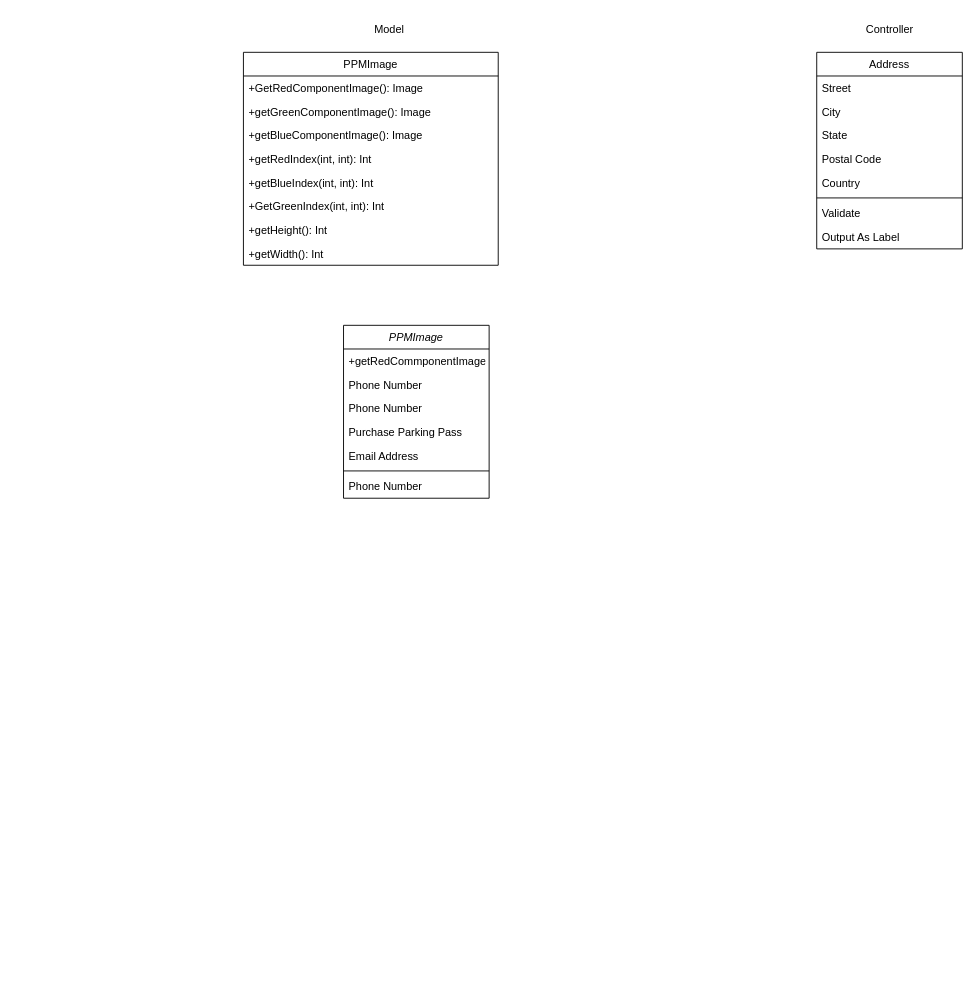
Before: src/Untitled Diagram.drawio in Brian-T-Horner/CS5010-Assignment4, a draw.io diagram. Source tidied: cells renumbered, new cells numbered last; positions are measured from the earlier drawing's top-left corner, leaving out a move shared by most shapes. Both pictures are drawn from the tidied source at 91%, with x=0, y=0 at pixel (243, 15).
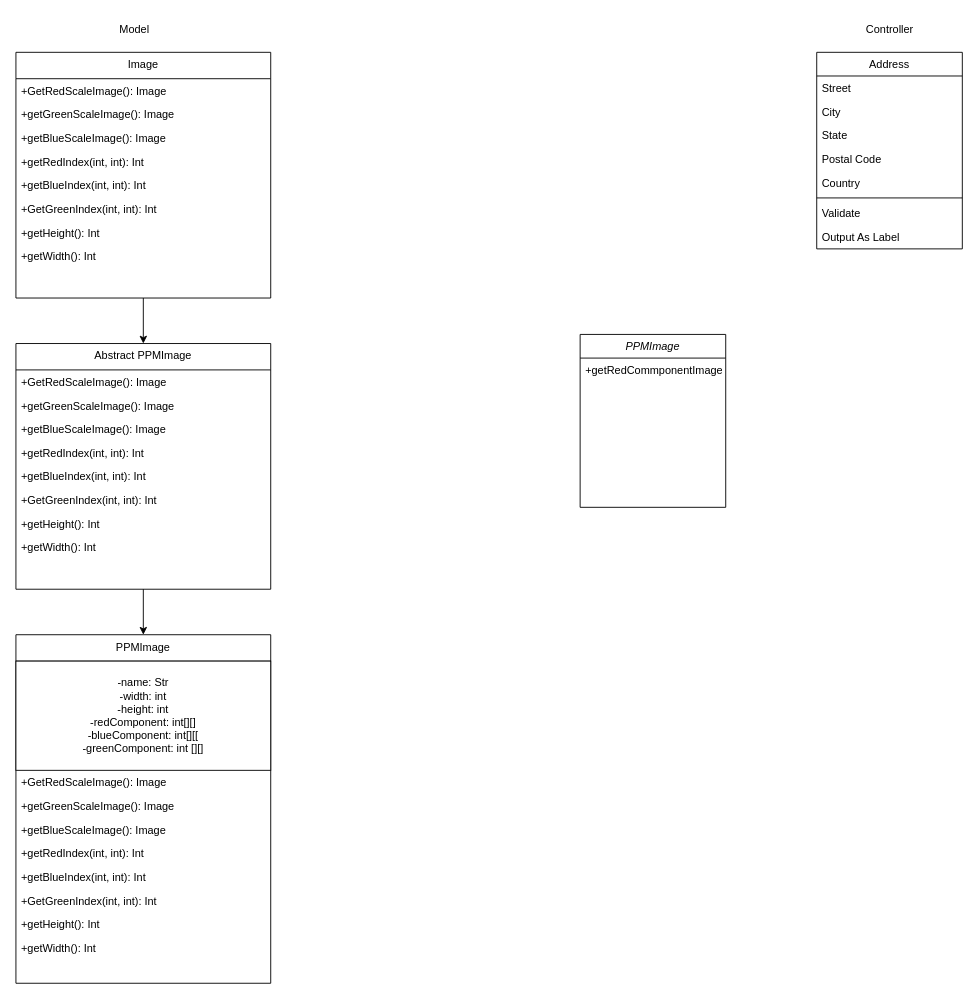
The same diagram, later.

Commit message:
Finished initial Image, AbstractPPMImage and PPMImage Model View

The edit, as a diff of the source:
```diff
@@
     <mxCell id="2" value="PPMImage" style="swimlane;fontStyle=2;align=center;verticalAlign=top;horizontal=1;startSize=26;rounded=0;shadow=0;strokeWidth=1;" parent="1" vertex="1">
-      <mxGeometry x="110" y="340" width="160" height="190" as="geometry" />
+      <mxGeometry x="370" y="350" width="160" height="190" as="geometry" />
     </mxCell>
@@
-    <mxCell id="4" value="Phone Number" style="text;align=left;verticalAlign=top;spacingLeft=4;spacingRight=4;overflow=hidden;rounded=0;shadow=0;html=0;" parent="2" vertex="1">
-      <mxGeometry y="52" width="160" height="26" as="geometry" />
-    </mxCell>
-    <mxCell id="5" value="Phone Number" style="text;align=left;verticalAlign=top;spacingLeft=4;spacingRight=4;overflow=hidden;rounded=0;shadow=0;html=0;" parent="2" vertex="1">
-      <mxGeometry y="78" width="160" height="26" as="geometry" />
-    </mxCell>
-    <mxCell id="6" value="Purchase Parking Pass" style="text;align=left;verticalAlign=top;spacingLeft=4;spacingRight=4;overflow=hidden;" parent="2" vertex="1">
-      <mxGeometry y="104" width="160" height="26" as="geometry" />
-    </mxCell>
-    <mxCell id="7" value="Email Address" style="text;align=left;verticalAlign=top;spacingLeft=4;spacingRight=4;overflow=hidden;rounded=0;shadow=0;html=0;" parent="2" vertex="1">
-      <mxGeometry y="130" width="160" height="26" as="geometry" />
-    </mxCell>
-    <mxCell id="8" style="line;html=1;strokeWidth=1;align=left;verticalAlign=middle;spacingTop=-1;spacingLeft=3;spacingRight=3;labelPosition=right;" parent="2" vertex="1">
-      <mxGeometry y="156" width="160" height="8" as="geometry" />
-    </mxCell>
-    <mxCell id="9" value="Phone Number" style="text;align=left;verticalAlign=top;spacingLeft=4;spacingRight=4;overflow=hidden;rounded=0;shadow=0;html=0;" parent="2" vertex="1">
-      <mxGeometry y="164" width="160" height="26" as="geometry" />
-    </mxCell>
@@
     <mxCell id="19" value="Model" style="text;html=1;align=center;verticalAlign=middle;strokeColor=none;fillColor=none;" parent="1" vertex="1">
-      <mxGeometry x="130" width="60" height="30" as="geometry" />
+      <mxGeometry x="-150" width="60" height="30" as="geometry" />
     </mxCell>
@@
-    <mxCell id="21" value="PPMImage" style="swimlane;fontStyle=0;align=center;verticalAlign=top;horizontal=1;startSize=26;rounded=0;shadow=0;strokeWidth=1;" parent="1" vertex="1">
-      <mxGeometry y="40" width="280" height="234" as="geometry" />
+    <mxCell id="21" value="PPMImage" style="swimlane;fontStyle=0;align=center;verticalAlign=top;horizontal=1;startSize=29;rounded=0;shadow=0;strokeWidth=1;" parent="1" vertex="1">
+      <mxGeometry x="-250" y="680" width="280" height="383" as="geometry" />
     </mxCell>
+    <mxCell id="30" value="-name: Str&lt;br&gt;-width: int&lt;br&gt;-height: int&lt;br&gt;-redComponent: int[][]&lt;br&gt;-blueComponent: int[][[&lt;br&gt;-greenComponent: int [][]" style="whiteSpace=wrap;html=1;" parent="21" vertex="1">
+      <mxGeometry y="29" width="280" height="120" as="geometry" />
+    </mxCell>
-    <mxCell id="22" value="+GetRedComponentImage(): Image" style="text;align=left;verticalAlign=top;spacingLeft=4;spacingRight=4;overflow=hidden;" parent="21" vertex="1">
-      <mxGeometry y="26" width="280" height="26" as="geometry" />
+    <mxCell id="22" value="+GetRedScaleImage(): Image" style="text;align=left;verticalAlign=top;spacingLeft=4;spacingRight=4;overflow=hidden;" parent="21" vertex="1">
+      <mxGeometry y="149" width="280" height="26" as="geometry" />
     </mxCell>
-    <mxCell id="23" value="+getGreenComponentImage(): Image" style="text;align=left;verticalAlign=top;spacingLeft=4;spacingRight=4;overflow=hidden;rounded=0;shadow=0;html=0;" parent="21" vertex="1">
-      <mxGeometry y="52" width="280" height="26" as="geometry" />
+    <mxCell id="23" value="+getGreenScaleImage(): Image" style="text;align=left;verticalAlign=top;spacingLeft=4;spacingRight=4;overflow=hidden;rounded=0;shadow=0;html=0;" parent="21" vertex="1">
+      <mxGeometry y="175" width="280" height="26" as="geometry" />
     </mxCell>
-    <mxCell id="24" value="+getBlueComponentImage(): Image" style="text;align=left;verticalAlign=top;spacingLeft=4;spacingRight=4;overflow=hidden;rounded=0;shadow=0;html=0;" parent="21" vertex="1">
-      <mxGeometry y="78" width="280" height="26" as="geometry" />
+    <mxCell id="24" value="+getBlueScaleImage(): Image" style="text;align=left;verticalAlign=top;spacingLeft=4;spacingRight=4;overflow=hidden;rounded=0;shadow=0;html=0;" parent="21" vertex="1">
+      <mxGeometry y="201" width="280" height="26" as="geometry" />
     </mxCell>
     <mxCell id="25" value="+getRedIndex(int, int): Int" style="text;align=left;verticalAlign=top;spacingLeft=4;spacingRight=4;overflow=hidden;rounded=0;shadow=0;html=0;" parent="21" vertex="1">
-      <mxGeometry y="104" width="280" height="26" as="geometry" />
+      <mxGeometry y="227" width="280" height="26" as="geometry" />
     </mxCell>
     <mxCell id="26" value="+getBlueIndex(int, int): Int" style="text;align=left;verticalAlign=top;spacingLeft=4;spacingRight=4;overflow=hidden;rounded=0;shadow=0;html=0;" parent="21" vertex="1">
-      <mxGeometry y="130" width="280" height="26" as="geometry" />
+      <mxGeometry y="253" width="280" height="26" as="geometry" />
     </mxCell>
     <mxCell id="27" value="+GetGreenIndex(int, int): Int" style="text;align=left;verticalAlign=top;spacingLeft=4;spacingRight=4;overflow=hidden;rounded=0;shadow=0;html=0;" parent="21" vertex="1">
-      <mxGeometry y="156" width="280" height="26" as="geometry" />
+      <mxGeometry y="279" width="280" height="26" as="geometry" />
     </mxCell>
     <mxCell id="28" value="+getHeight(): Int" style="text;align=left;verticalAlign=top;spacingLeft=4;spacingRight=4;overflow=hidden;rounded=0;shadow=0;html=0;" parent="21" vertex="1">
-      <mxGeometry y="182" width="280" height="26" as="geometry" />
+      <mxGeometry y="305" width="280" height="26" as="geometry" />
     </mxCell>
     <mxCell id="29" value="+getWidth(): Int" style="text;align=left;verticalAlign=top;spacingLeft=4;spacingRight=4;overflow=hidden;rounded=0;shadow=0;html=0;" parent="21" vertex="1">
-      <mxGeometry y="208" width="280" height="26" as="geometry" />
+      <mxGeometry y="331" width="280" height="26" as="geometry" />
     </mxCell>
+    <mxCell id="31" style="edgeStyle=orthogonalEdgeStyle;rounded=0;jettySize=auto;html=1;entryX=0.5;entryY=0;entryDx=0;entryDy=0;" parent="1" edge="1" source="32" target="42">
+      <mxGeometry relative="1" as="geometry" />
+    </mxCell>
+    <mxCell id="32" value="Image" style="swimlane;fontStyle=0;align=center;verticalAlign=top;horizontal=1;startSize=29;rounded=0;shadow=0;strokeWidth=1;" parent="1" vertex="1">
+      <mxGeometry x="-250" y="40" width="280" height="270" as="geometry" />
+    </mxCell>
+    <mxCell id="33" value="+GetRedScaleImage(): Image" style="text;align=left;verticalAlign=top;spacingLeft=4;spacingRight=4;overflow=hidden;" parent="32" vertex="1">
+      <mxGeometry y="29" width="280" height="26" as="geometry" />
+    </mxCell>
+    <mxCell id="34" value="+getGreenScaleImage(): Image" style="text;align=left;verticalAlign=top;spacingLeft=4;spacingRight=4;overflow=hidden;rounded=0;shadow=0;html=0;" parent="32" vertex="1">
+      <mxGeometry y="55" width="280" height="26" as="geometry" />
+    </mxCell>
+    <mxCell id="35" value="+getBlueScaleImage(): Image" style="text;align=left;verticalAlign=top;spacingLeft=4;spacingRight=4;overflow=hidden;rounded=0;shadow=0;html=0;" parent="32" vertex="1">
+      <mxGeometry y="81" width="280" height="26" as="geometry" />
+    </mxCell>
+    <mxCell id="36" value="+getRedIndex(int, int): Int" style="text;align=left;verticalAlign=top;spacingLeft=4;spacingRight=4;overflow=hidden;rounded=0;shadow=0;html=0;" parent="32" vertex="1">
+      <mxGeometry y="107" width="280" height="26" as="geometry" />
+    </mxCell>
+    <mxCell id="37" value="+getBlueIndex(int, int): Int" style="text;align=left;verticalAlign=top;spacingLeft=4;spacingRight=4;overflow=hidden;rounded=0;shadow=0;html=0;" parent="32" vertex="1">
+      <mxGeometry y="133" width="280" height="26" as="geometry" />
+    </mxCell>
+    <mxCell id="38" value="+GetGreenIndex(int, int): Int" style="text;align=left;verticalAlign=top;spacingLeft=4;spacingRight=4;overflow=hidden;rounded=0;shadow=0;html=0;" parent="32" vertex="1">
+      <mxGeometry y="159" width="280" height="26" as="geometry" />
+    </mxCell>
+    <mxCell id="39" value="+getHeight(): Int" style="text;align=left;verticalAlign=top;spacingLeft=4;spacingRight=4;overflow=hidden;rounded=0;shadow=0;html=0;" parent="32" vertex="1">
+      <mxGeometry y="185" width="280" height="26" as="geometry" />
+    </mxCell>
+    <mxCell id="40" value="+getWidth(): Int" style="text;align=left;verticalAlign=top;spacingLeft=4;spacingRight=4;overflow=hidden;rounded=0;shadow=0;html=0;" parent="32" vertex="1">
+      <mxGeometry y="211" width="280" height="26" as="geometry" />
+    </mxCell>
+    <mxCell id="41" style="edgeStyle=orthogonalEdgeStyle;rounded=0;jettySize=auto;html=1;exitX=0.5;exitY=1;exitDx=0;exitDy=0;" parent="1" edge="1" source="42" target="21">
+      <mxGeometry relative="1" as="geometry" />
+    </mxCell>
+    <mxCell id="42" value="Abstract PPMImage" style="swimlane;fontStyle=0;align=center;verticalAlign=top;horizontal=1;startSize=29;rounded=0;shadow=0;strokeWidth=1;" parent="1" vertex="1">
+      <mxGeometry x="-250" y="360" width="280" height="270" as="geometry" />
+    </mxCell>
+    <mxCell id="43" value="+GetRedScaleImage(): Image" style="text;align=left;verticalAlign=top;spacingLeft=4;spacingRight=4;overflow=hidden;" parent="42" vertex="1">
+      <mxGeometry y="29" width="280" height="26" as="geometry" />
+    </mxCell>
+    <mxCell id="44" value="+getGreenScaleImage(): Image" style="text;align=left;verticalAlign=top;spacingLeft=4;spacingRight=4;overflow=hidden;rounded=0;shadow=0;html=0;" parent="42" vertex="1">
+      <mxGeometry y="55" width="280" height="26" as="geometry" />
+    </mxCell>
+    <mxCell id="45" value="+getBlueScaleImage(): Image" style="text;align=left;verticalAlign=top;spacingLeft=4;spacingRight=4;overflow=hidden;rounded=0;shadow=0;html=0;" parent="42" vertex="1">
+      <mxGeometry y="81" width="280" height="26" as="geometry" />
+    </mxCell>
+    <mxCell id="46" value="+getRedIndex(int, int): Int" style="text;align=left;verticalAlign=top;spacingLeft=4;spacingRight=4;overflow=hidden;rounded=0;shadow=0;html=0;" parent="42" vertex="1">
+      <mxGeometry y="107" width="280" height="26" as="geometry" />
+    </mxCell>
+    <mxCell id="47" value="+getBlueIndex(int, int): Int" style="text;align=left;verticalAlign=top;spacingLeft=4;spacingRight=4;overflow=hidden;rounded=0;shadow=0;html=0;" parent="42" vertex="1">
+      <mxGeometry y="133" width="280" height="26" as="geometry" />
+    </mxCell>
+    <mxCell id="48" value="+GetGreenIndex(int, int): Int" style="text;align=left;verticalAlign=top;spacingLeft=4;spacingRight=4;overflow=hidden;rounded=0;shadow=0;html=0;" parent="42" vertex="1">
+      <mxGeometry y="159" width="280" height="26" as="geometry" />
+    </mxCell>
+    <mxCell id="49" value="+getHeight(): Int" style="text;align=left;verticalAlign=top;spacingLeft=4;spacingRight=4;overflow=hidden;rounded=0;shadow=0;html=0;" parent="42" vertex="1">
+      <mxGeometry y="185" width="280" height="26" as="geometry" />
+    </mxCell>
+    <mxCell id="50" value="+getWidth(): Int" style="text;align=left;verticalAlign=top;spacingLeft=4;spacingRight=4;overflow=hidden;rounded=0;shadow=0;html=0;" parent="42" vertex="1">
+      <mxGeometry y="211" width="280" height="26" as="geometry" />
+    </mxCell>
```
